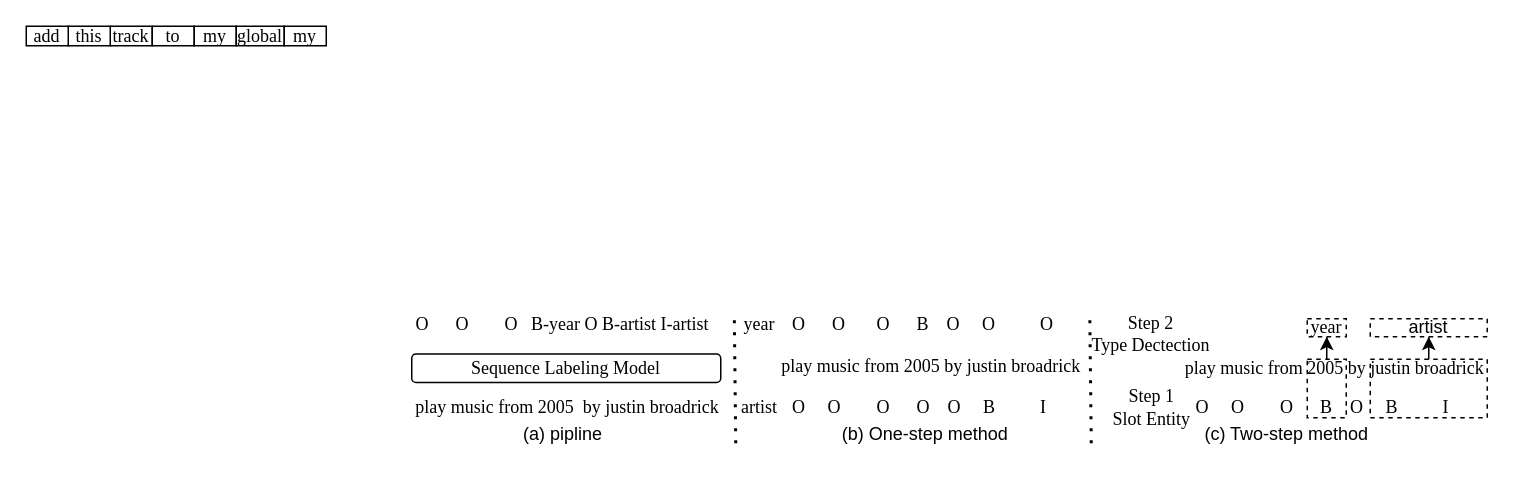
This is survey.drawio from liweizhen111/GIt-GitHub_Note, a draw.io file, before an edit. Source tidied: cells renumbered, new cells numbered last; positions are measured from the earlier drawing's top-left corner, leaving out a move shared by most shapes. Both pictures are drawn from the tidied source at 150%, with x=0, y=0 at pixel (26, 26).
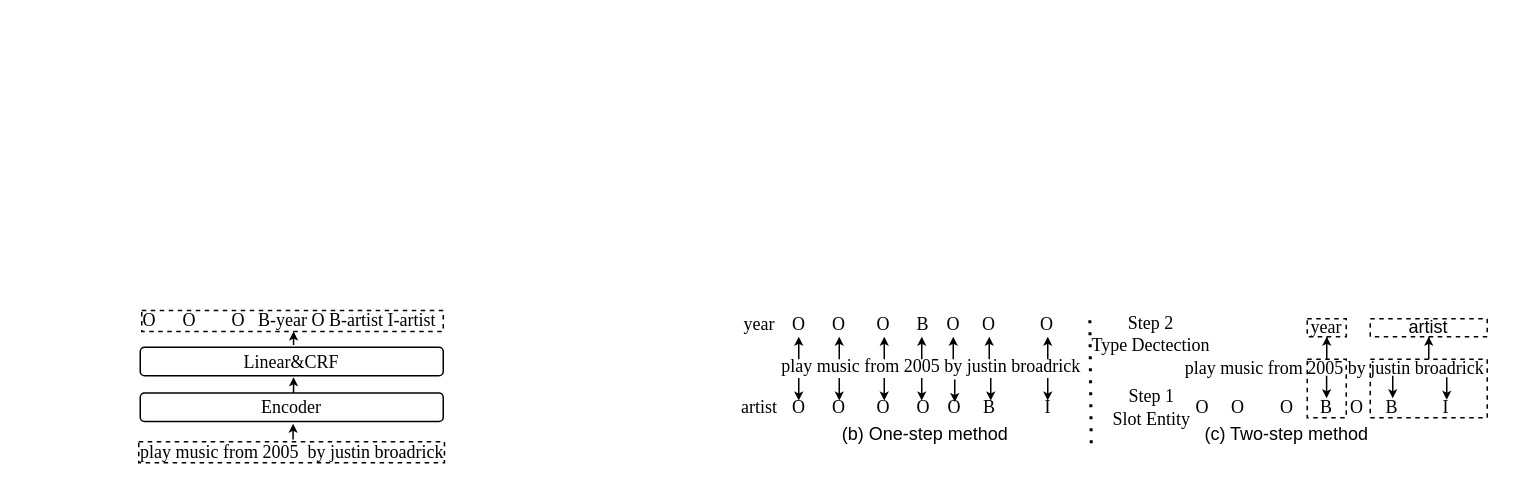
The same diagram, later.

The change refers to these unchanged cells:
```xml
<mxCell id="3" style="rounded=0;whiteSpace=wrap;html=1;dashed=1;" parent="1" vertex="1">
  <mxGeometry x="896" y="222" width="78" height="39" as="geometry" />
</mxCell>
<mxCell id="5" style="rounded=0;whiteSpace=wrap;html=1;dashed=1;" parent="1" vertex="1">
  <mxGeometry x="854" y="222" width="26" height="39" as="geometry" />
</mxCell>
<mxCell id="30" value="&lt;font face=&quot;Times New Roman&quot;&gt;year&lt;/font&gt;" style="rounded=0;whiteSpace=wrap;html=1;dashed=1;" parent="1" vertex="1">
  <mxGeometry x="854" y="195" width="26" height="12" as="geometry" />
</mxCell>
<mxCell id="31" value="artist" style="rounded=0;whiteSpace=wrap;html=1;dashed=1;" parent="1" vertex="1">
  <mxGeometry x="896" y="195" width="78" height="12" as="geometry" />
</mxCell>
```

What changed in the source:
```diff
@@
+    <mxCell id="32" style="rounded=0;whiteSpace=wrap;html=1;dashed=1;" parent="1" vertex="1">
+      <mxGeometry x="77" y="189.5" width="201" height="14" as="geometry" />
+    </mxCell>
+    <mxCell id="33" style="rounded=0;whiteSpace=wrap;html=1;dashed=1;" parent="1" vertex="1">
+      <mxGeometry x="75" y="277" width="203.8" height="14" as="geometry" />
+    </mxCell>
-    <mxCell id="2" style="edgeStyle=orthogonalEdgeStyle;rounded=0;jettySize=auto;html=1;" parent="1" edge="1" source="3" target="31">
+    <mxCell id="2" style="edgeStyle=orthogonalEdgeStyle;rounded=0;jettySize=auto;html=1;endSize=3;startSize=3;" parent="1" edge="1" source="3" target="31">
       <mxGeometry relative="1" as="geometry" />
     </mxCell>
@@
-    <mxCell id="4" style="edgeStyle=orthogonalEdgeStyle;rounded=0;jettySize=auto;html=1;" parent="1" edge="1" source="5" target="30">
+    <mxCell id="4" style="edgeStyle=orthogonalEdgeStyle;rounded=0;jettySize=auto;html=1;endSize=3;startSize=3;" parent="1" edge="1" source="5" target="30">
       <mxGeometry relative="1" as="geometry" />
     </mxCell>
@@
-    <mxCell id="6" value="&lt;font face=&quot;Times New Roman&quot;&gt;Sequence Labeling Model&lt;/font&gt;" style="rounded=1;whiteSpace=wrap;html=1;" parent="1" vertex="1">
-      <mxGeometry x="257" y="218.5" width="206" height="19" as="geometry" />
+    <mxCell id="6" value="&lt;font face=&quot;Times New Roman&quot;&gt;Encoder&lt;/font&gt;" style="rounded=1;whiteSpace=wrap;html=1;" parent="1" vertex="1">
+      <mxGeometry x="76" y="244.5" width="202" height="19" as="geometry" />
     </mxCell>
-    <mxCell id="7" value="(a) pipline" style="text;html=1;align=center;verticalAlign=middle;whiteSpace=wrap;rounded=0;" parent="1" vertex="1">
-      <mxGeometry x="320" y="266" width="76" height="12" as="geometry" />
-    </mxCell>
-    <mxCell id="8" value="&lt;span style=&quot;font-family: &amp;quot;Times New Roman&amp;quot;;&quot;&gt;track&lt;/span&gt;" style="rounded=0;whiteSpace=wrap;html=1;" parent="1" vertex="1">
-      <mxGeometry x="56" width="28" height="13" as="geometry" />
-    </mxCell>
-    <mxCell id="9" value="&lt;span style=&quot;font-family: &amp;quot;Times New Roman&amp;quot;;&quot;&gt;to&lt;/span&gt;" style="rounded=0;whiteSpace=wrap;html=1;" parent="1" vertex="1">
-      <mxGeometry x="84" width="28" height="13" as="geometry" />
-    </mxCell>
-    <mxCell id="10" value="&lt;span style=&quot;font-family: &amp;quot;Times New Roman&amp;quot;;&quot;&gt;this&lt;/span&gt;" style="rounded=0;whiteSpace=wrap;html=1;" parent="1" vertex="1">
-      <mxGeometry x="28" width="28" height="13" as="geometry" />
-    </mxCell>
-    <mxCell id="11" value="&lt;span style=&quot;font-family: &amp;quot;Times New Roman&amp;quot;;&quot;&gt;add&lt;/span&gt;" style="rounded=0;whiteSpace=wrap;html=1;" parent="1" vertex="1">
-      <mxGeometry width="28" height="13" as="geometry" />
-    </mxCell>
-    <mxCell id="12" value="&lt;span style=&quot;font-family: &amp;quot;Times New Roman&amp;quot;;&quot;&gt;my&lt;/span&gt;" style="rounded=0;whiteSpace=wrap;html=1;" parent="1" vertex="1">
-      <mxGeometry x="112" width="28" height="13" as="geometry" />
-    </mxCell>
-    <mxCell id="13" value="&lt;span style=&quot;font-family: &amp;quot;Times New Roman&amp;quot;;&quot;&gt;global&lt;/span&gt;" style="rounded=0;whiteSpace=wrap;html=1;" parent="1" vertex="1">
-      <mxGeometry x="140" width="32" height="13" as="geometry" />
-    </mxCell>
-    <mxCell id="14" value="&lt;span style=&quot;font-family: &amp;quot;Times New Roman&amp;quot;;&quot;&gt;my&lt;/span&gt;" style="rounded=0;whiteSpace=wrap;html=1;" parent="1" vertex="1">
-      <mxGeometry x="172" width="28" height="13" as="geometry" />
-    </mxCell>
     <mxCell id="15" value="&lt;font face=&quot;Times New Roman&quot;&gt;play music from 2005&amp;nbsp; by justin broadrick&lt;/font&gt;" style="text;html=1;align=center;verticalAlign=middle;whiteSpace=wrap;rounded=0;" parent="1" vertex="1">
-      <mxGeometry x="255" y="246" width="212" height="16" as="geometry" />
+      <mxGeometry x="74.7" y="276" width="204.6" height="15" as="geometry" />
     </mxCell>
@@
     <mxCell id="17" value="&lt;font face=&quot;Times New Roman&quot;&gt;O&amp;nbsp; &amp;nbsp; &amp;nbsp; O&amp;nbsp; &amp;nbsp; &amp;nbsp; &amp;nbsp; O&amp;nbsp; &amp;nbsp;B-year O B-artist I-artist&amp;nbsp;&lt;/font&gt;" style="text;html=1;align=left;verticalAlign=middle;whiteSpace=wrap;rounded=0;" parent="1" vertex="1">
-      <mxGeometry x="257.5" y="191" width="207" height="16" as="geometry" />
+      <mxGeometry x="76" y="190.5" width="201" height="10" as="geometry" />
     </mxCell>
@@
-    <mxCell id="20" style="endArrow=none;dashed=1;html=1;dashPattern=1 3;strokeWidth=2;rounded=0;" parent="1" edge="1">
-      <mxGeometry relative="1" as="geometry">
-        <mxPoint x="473" y="278" as="sourcePoint" />
-        <mxPoint x="472" y="190" as="targetPoint" />
-      </mxGeometry>
-    </mxCell>
@@
-    <mxCell id="22" value="&lt;font face=&quot;Times New Roman&quot;&gt;O&amp;nbsp; &amp;nbsp; &amp;nbsp;O&amp;nbsp; &amp;nbsp; &amp;nbsp; &amp;nbsp; O&amp;nbsp; &amp;nbsp; &amp;nbsp; O&amp;nbsp; &amp;nbsp; O&amp;nbsp; &amp;nbsp; &amp;nbsp;B&amp;nbsp; &amp;nbsp; &amp;nbsp; &amp;nbsp; &amp;nbsp; I&amp;nbsp;&lt;/font&gt;" style="text;html=1;align=left;verticalAlign=middle;whiteSpace=wrap;rounded=0;" parent="1" vertex="1">
+    <mxCell id="22" value="&lt;font face=&quot;Times New Roman&quot;&gt;O&amp;nbsp; &amp;nbsp; &amp;nbsp; O&amp;nbsp; &amp;nbsp; &amp;nbsp; &amp;nbsp;O&amp;nbsp; &amp;nbsp; &amp;nbsp; O&amp;nbsp; &amp;nbsp; O&amp;nbsp; &amp;nbsp; &amp;nbsp;B&amp;nbsp; &amp;nbsp; &amp;nbsp; &amp;nbsp; &amp;nbsp; &amp;nbsp;I&amp;nbsp;&lt;/font&gt;" style="text;html=1;align=left;verticalAlign=middle;whiteSpace=wrap;rounded=0;" parent="1" vertex="1">
       <mxGeometry x="509" y="248" width="192" height="12" as="geometry" />
     </mxCell>
@@
+    <mxCell id="34" style="edgeStyle=orthogonalEdgeStyle;rounded=0;orthogonalLoop=1;jettySize=auto;html=1;endSize=3;" parent="1" edge="1">
+      <mxGeometry relative="1" as="geometry">
+        <mxPoint x="515" y="222" as="sourcePoint" />
+        <mxPoint x="515" y="207" as="targetPoint" />
+      </mxGeometry>
+    </mxCell>
+    <mxCell id="35" style="edgeStyle=orthogonalEdgeStyle;rounded=0;orthogonalLoop=1;jettySize=auto;html=1;endSize=3;" parent="1" edge="1">
+      <mxGeometry relative="1" as="geometry">
+        <mxPoint x="542" y="222" as="sourcePoint" />
+        <mxPoint x="542" y="207" as="targetPoint" />
+      </mxGeometry>
+    </mxCell>
+    <mxCell id="36" style="edgeStyle=orthogonalEdgeStyle;rounded=0;orthogonalLoop=1;jettySize=auto;html=1;endSize=3;" parent="1" edge="1">
+      <mxGeometry relative="1" as="geometry">
+        <mxPoint x="572" y="222" as="sourcePoint" />
+        <mxPoint x="572" y="207" as="targetPoint" />
+      </mxGeometry>
+    </mxCell>
+    <mxCell id="37" style="edgeStyle=orthogonalEdgeStyle;rounded=0;orthogonalLoop=1;jettySize=auto;html=1;endSize=3;" parent="1" edge="1">
+      <mxGeometry relative="1" as="geometry">
+        <mxPoint x="597" y="222" as="sourcePoint" />
+        <mxPoint x="597" y="207" as="targetPoint" />
+      </mxGeometry>
+    </mxCell>
+    <mxCell id="38" style="edgeStyle=orthogonalEdgeStyle;rounded=0;orthogonalLoop=1;jettySize=auto;html=1;endSize=3;" parent="1" edge="1">
+      <mxGeometry relative="1" as="geometry">
+        <mxPoint x="618" y="222" as="sourcePoint" />
+        <mxPoint x="618" y="207" as="targetPoint" />
+      </mxGeometry>
+    </mxCell>
+    <mxCell id="39" style="edgeStyle=orthogonalEdgeStyle;rounded=0;orthogonalLoop=1;jettySize=auto;html=1;endSize=3;" parent="1" edge="1">
+      <mxGeometry relative="1" as="geometry">
+        <mxPoint x="642" y="222" as="sourcePoint" />
+        <mxPoint x="642" y="207" as="targetPoint" />
+      </mxGeometry>
+    </mxCell>
+    <mxCell id="40" style="edgeStyle=orthogonalEdgeStyle;rounded=0;orthogonalLoop=1;jettySize=auto;html=1;endSize=3;" parent="1" edge="1">
+      <mxGeometry relative="1" as="geometry">
+        <mxPoint x="681" y="222" as="sourcePoint" />
+        <mxPoint x="681" y="207" as="targetPoint" />
+      </mxGeometry>
+    </mxCell>
+    <mxCell id="41" style="edgeStyle=orthogonalEdgeStyle;rounded=0;orthogonalLoop=1;jettySize=auto;html=1;startArrow=classic;startFill=1;endArrow=none;endFill=0;endSize=6;startSize=3;" parent="1" edge="1">
+      <mxGeometry relative="1" as="geometry">
+        <mxPoint x="681" y="249.5" as="sourcePoint" />
+        <mxPoint x="681" y="234.5" as="targetPoint" />
+      </mxGeometry>
+    </mxCell>
+    <mxCell id="42" style="edgeStyle=orthogonalEdgeStyle;rounded=0;orthogonalLoop=1;jettySize=auto;html=1;startArrow=classic;startFill=1;endArrow=none;endFill=0;endSize=6;startSize=3;" parent="1" edge="1">
+      <mxGeometry relative="1" as="geometry">
+        <mxPoint x="643" y="249.5" as="sourcePoint" />
+        <mxPoint x="643" y="234.5" as="targetPoint" />
+      </mxGeometry>
+    </mxCell>
+    <mxCell id="43" style="edgeStyle=orthogonalEdgeStyle;rounded=0;orthogonalLoop=1;jettySize=auto;html=1;startArrow=classic;startFill=1;endArrow=none;endFill=0;endSize=3;startSize=3;" parent="1" edge="1">
+      <mxGeometry relative="1" as="geometry">
+        <mxPoint x="619" y="250.5" as="sourcePoint" />
+        <mxPoint x="619" y="235.5" as="targetPoint" />
+      </mxGeometry>
+    </mxCell>
+    <mxCell id="44" style="edgeStyle=orthogonalEdgeStyle;rounded=0;orthogonalLoop=1;jettySize=auto;html=1;startArrow=classic;startFill=1;endArrow=none;endFill=0;endSize=6;startSize=3;" parent="1" edge="1">
+      <mxGeometry relative="1" as="geometry">
+        <mxPoint x="597" y="249.5" as="sourcePoint" />
+        <mxPoint x="597" y="234.5" as="targetPoint" />
+      </mxGeometry>
+    </mxCell>
+    <mxCell id="45" style="edgeStyle=orthogonalEdgeStyle;rounded=0;orthogonalLoop=1;jettySize=auto;html=1;startArrow=classic;startFill=1;endArrow=none;endFill=0;endSize=6;startSize=3;" parent="1" edge="1">
+      <mxGeometry relative="1" as="geometry">
+        <mxPoint x="572" y="249.5" as="sourcePoint" />
+        <mxPoint x="572" y="234.5" as="targetPoint" />
+      </mxGeometry>
+    </mxCell>
+    <mxCell id="46" style="edgeStyle=orthogonalEdgeStyle;rounded=0;orthogonalLoop=1;jettySize=auto;html=1;startArrow=classic;startFill=1;endArrow=none;endFill=0;endSize=6;startSize=3;" parent="1" edge="1">
+      <mxGeometry relative="1" as="geometry">
+        <mxPoint x="542" y="249.5" as="sourcePoint" />
+        <mxPoint x="542" y="234.5" as="targetPoint" />
+      </mxGeometry>
+    </mxCell>
+    <mxCell id="47" style="edgeStyle=orthogonalEdgeStyle;rounded=0;orthogonalLoop=1;jettySize=auto;html=1;startArrow=classic;startFill=1;endArrow=none;endFill=0;endSize=6;startSize=3;" parent="1" edge="1">
+      <mxGeometry relative="1" as="geometry">
+        <mxPoint x="515" y="249.5" as="sourcePoint" />
+        <mxPoint x="515" y="234.5" as="targetPoint" />
+      </mxGeometry>
+    </mxCell>
+    <mxCell id="48" style="edgeStyle=orthogonalEdgeStyle;rounded=0;orthogonalLoop=1;jettySize=auto;html=1;startArrow=classic;startFill=1;endArrow=none;endFill=0;endSize=3;startSize=3;" parent="1" edge="1">
+      <mxGeometry relative="1" as="geometry">
+        <mxPoint x="866.9" y="248" as="sourcePoint" />
+        <mxPoint x="866.9" y="233" as="targetPoint" />
+      </mxGeometry>
+    </mxCell>
+    <mxCell id="49" style="edgeStyle=orthogonalEdgeStyle;rounded=0;orthogonalLoop=1;jettySize=auto;html=1;startArrow=classic;startFill=1;endArrow=none;endFill=0;endSize=3;startSize=3;" parent="1" edge="1">
+      <mxGeometry relative="1" as="geometry">
+        <mxPoint x="911" y="248" as="sourcePoint" />
+        <mxPoint x="911" y="233" as="targetPoint" />
+        <Array as="points">
+          <mxPoint x="911.1" y="241" />
+          <mxPoint x="911.1" y="241" />
+        </Array>
+      </mxGeometry>
+    </mxCell>
+    <mxCell id="50" style="edgeStyle=orthogonalEdgeStyle;rounded=0;orthogonalLoop=1;jettySize=auto;html=1;startArrow=classic;startFill=1;endArrow=none;endFill=0;endSize=3;startSize=3;" parent="1" edge="1">
+      <mxGeometry relative="1" as="geometry">
+        <mxPoint x="947" y="249" as="sourcePoint" />
+        <mxPoint x="947" y="234" as="targetPoint" />
+        <Array as="points">
+          <mxPoint x="947.1" y="242" />
+          <mxPoint x="947.1" y="242" />
+        </Array>
+      </mxGeometry>
+    </mxCell>
+    <mxCell id="51" style="edgeStyle=orthogonalEdgeStyle;rounded=0;orthogonalLoop=1;jettySize=auto;html=1;endSize=3;jumpSize=4;" parent="1" edge="1">
+      <mxGeometry relative="1" as="geometry">
+        <mxPoint x="177.9" y="275.5" as="sourcePoint" />
+        <mxPoint x="177.9" y="265" as="targetPoint" />
+      </mxGeometry>
+    </mxCell>
+    <mxCell id="52" style="edgeStyle=orthogonalEdgeStyle;rounded=0;orthogonalLoop=1;jettySize=auto;html=1;endSize=3;jumpSize=4;" parent="1" edge="1">
+      <mxGeometry relative="1" as="geometry">
+        <mxPoint x="178.2" y="212.5" as="sourcePoint" />
+        <mxPoint x="178.2" y="203.5" as="targetPoint" />
+      </mxGeometry>
+    </mxCell>
+    <mxCell id="53" value="&lt;font face=&quot;Times New Roman&quot;&gt;Linear&amp;amp;CRF&lt;/font&gt;" style="rounded=1;whiteSpace=wrap;html=1;" parent="1" vertex="1">
+      <mxGeometry x="76" y="214" width="202" height="19" as="geometry" />
+    </mxCell>
+    <mxCell id="54" style="edgeStyle=orthogonalEdgeStyle;rounded=0;orthogonalLoop=1;jettySize=auto;html=1;endSize=3;jumpSize=4;" parent="1" edge="1">
+      <mxGeometry relative="1" as="geometry">
+        <mxPoint x="178.2" y="244.5" as="sourcePoint" />
+        <mxPoint x="178.2" y="234" as="targetPoint" />
+      </mxGeometry>
+    </mxCell>
```
